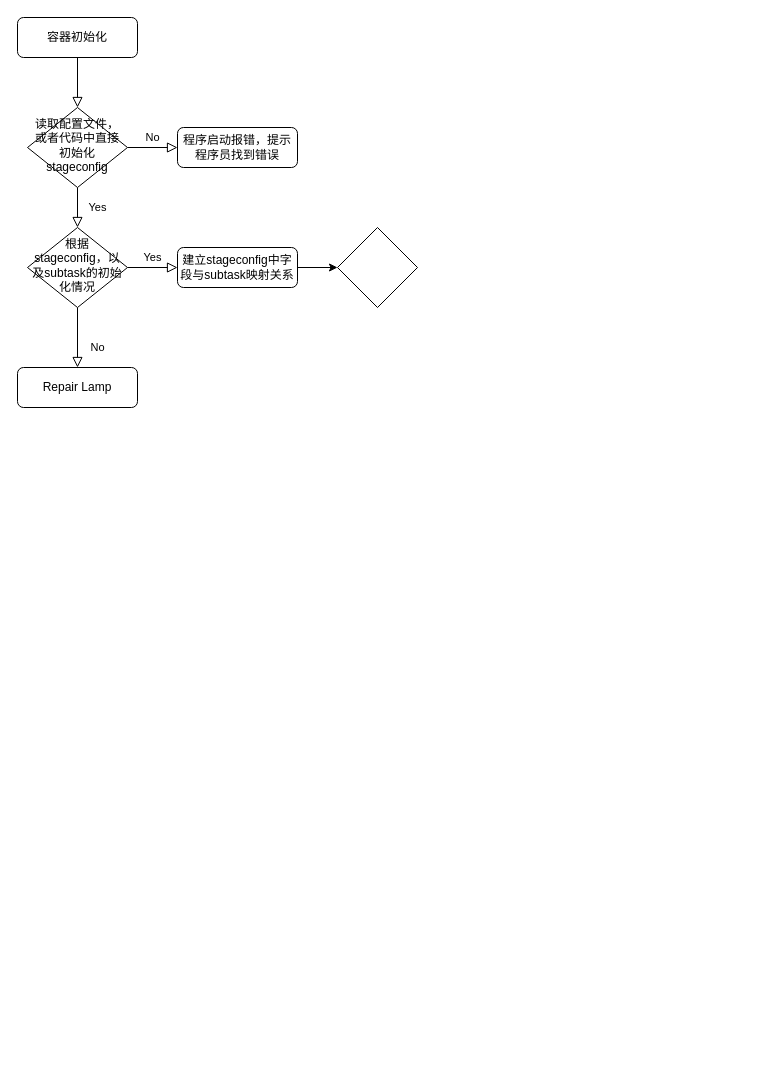
Before: .drawio in mazl201/awesome, a draw.io diagram. Source tidied: cells renumbered, new cells numbered last; positions are measured from the earlier drawing's top-left corner, leaving out a move shared by most shapes. Both pictures are drawn from the tidied source at 100%, with x=0, y=0 at pixel (17, 17).
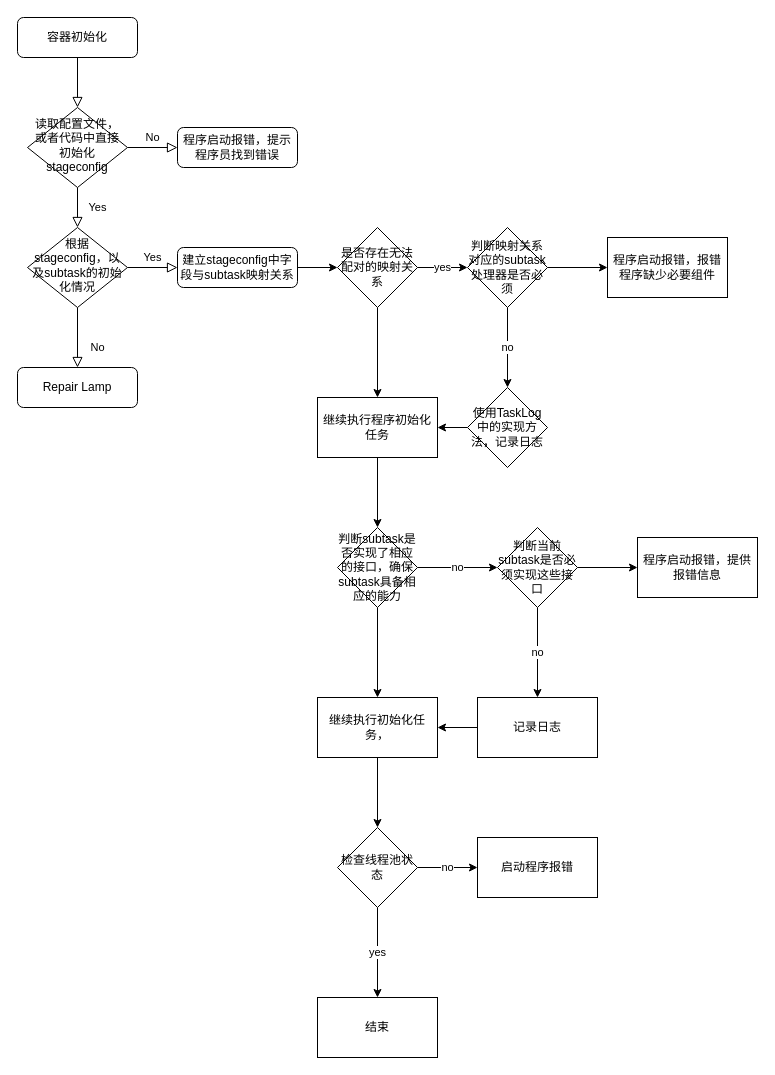
After the change.

Commit message:
程序启动初始化

What changed in the source:
```diff
@@
+    <mxCell id="15" style="edgeStyle=orthogonalEdgeStyle;rounded=0;jettySize=auto;html=1;" parent="1" edge="1" source="14" target="23">
+      <mxGeometry relative="1" as="geometry" />
+    </mxCell>
-    <mxCell id="14" style="rhombus;whiteSpace=wrap;html=1;" parent="1" vertex="1">
+    <mxCell id="14" value="是否存在无法配对的映射关系" style="rhombus;whiteSpace=wrap;html=1;" parent="1" vertex="1">
       <mxGeometry x="320" y="210" width="80" height="80" as="geometry" />
     </mxCell>
+    <mxCell id="16" value="yes&lt;br&gt;" style="endArrow=classic;html=1;rounded=0;exitX=1;exitY=0.5;exitDx=0;exitDy=0;" parent="1" edge="1" source="14" target="19">
+      <mxGeometry relative="1" as="geometry" />
+    </mxCell>
+    <mxCell id="17" value="no&lt;br&gt;" style="edgeStyle=orthogonalEdgeStyle;rounded=0;jettySize=auto;html=1;" parent="1" edge="1" source="19" target="20">
+      <mxGeometry relative="1" as="geometry" />
+    </mxCell>
+    <mxCell id="18" style="edgeStyle=orthogonalEdgeStyle;rounded=0;jettySize=auto;html=1;" parent="1" edge="1" source="19" target="21">
+      <mxGeometry relative="1" as="geometry" />
+    </mxCell>
+    <mxCell id="19" value="判断映射关系对应的subtask处理器是否必须" style="rhombus;whiteSpace=wrap;html=1;" parent="1" vertex="1">
+      <mxGeometry x="450" y="210" width="80" height="80" as="geometry" />
+    </mxCell>
+    <mxCell id="20" value="&lt;span&gt;使用TaskLog中的实现方法，记录日志&lt;/span&gt;" style="rhombus;whiteSpace=wrap;html=1;" parent="1" vertex="1">
+      <mxGeometry x="450" y="370" width="80" height="80" as="geometry" />
+    </mxCell>
+    <mxCell id="21" value="程序启动报错，报错程序缺少必要组件" style="whiteSpace=wrap;html=1;" parent="1" vertex="1">
+      <mxGeometry x="590" y="220" width="120" height="60" as="geometry" />
+    </mxCell>
+    <mxCell id="22" style="edgeStyle=orthogonalEdgeStyle;rounded=0;jettySize=auto;html=1;" parent="1" edge="1" source="23" target="27">
+      <mxGeometry relative="1" as="geometry" />
+    </mxCell>
+    <mxCell id="23" value="继续执行程序初始化任务" style="whiteSpace=wrap;html=1;" parent="1" vertex="1">
+      <mxGeometry x="300" y="380" width="120" height="60" as="geometry" />
+    </mxCell>
+    <mxCell id="24" style="endArrow=classic;html=1;rounded=0;exitX=0;exitY=0.5;exitDx=0;exitDy=0;entryX=1;entryY=0.5;entryDx=0;entryDy=0;" parent="1" edge="1" source="20" target="23">
+      <mxGeometry relative="1" as="geometry" />
+    </mxCell>
+    <mxCell id="25" value="no" style="edgeStyle=orthogonalEdgeStyle;rounded=0;jettySize=auto;html=1;" parent="1" edge="1" source="27" target="30">
+      <mxGeometry relative="1" as="geometry" />
+    </mxCell>
+    <mxCell id="26" style="edgeStyle=orthogonalEdgeStyle;rounded=0;jettySize=auto;html=1;" parent="1" edge="1" source="27" target="34">
+      <mxGeometry relative="1" as="geometry" />
+    </mxCell>
+    <mxCell id="27" value="判断subtask是否实现了相应的接口，确保subtask具备相应的能力" style="rhombus;whiteSpace=wrap;html=1;" parent="1" vertex="1">
+      <mxGeometry x="320" y="510" width="80" height="80" as="geometry" />
+    </mxCell>
+    <mxCell id="28" value="no" style="edgeStyle=orthogonalEdgeStyle;rounded=0;jettySize=auto;html=1;" parent="1" edge="1" source="30" target="31">
+      <mxGeometry relative="1" as="geometry" />
+    </mxCell>
+    <mxCell id="29" style="edgeStyle=orthogonalEdgeStyle;rounded=0;jettySize=auto;html=1;" parent="1" edge="1" source="30" target="32">
+      <mxGeometry relative="1" as="geometry" />
+    </mxCell>
+    <mxCell id="30" value="判断当前subtask是否必须实现这些接口&lt;br&gt;" style="rhombus;whiteSpace=wrap;html=1;" parent="1" vertex="1">
+      <mxGeometry x="480" y="510" width="80" height="80" as="geometry" />
+    </mxCell>
+    <mxCell id="31" value="记录日志" style="whiteSpace=wrap;html=1;" parent="1" vertex="1">
+      <mxGeometry x="460" y="680" width="120" height="60" as="geometry" />
+    </mxCell>
+    <mxCell id="32" value="程序启动报错，提供报错信息&lt;br&gt;" style="whiteSpace=wrap;html=1;" parent="1" vertex="1">
+      <mxGeometry x="620" y="520" width="120" height="60" as="geometry" />
+    </mxCell>
+    <mxCell id="33" style="edgeStyle=orthogonalEdgeStyle;rounded=0;jettySize=auto;html=1;" parent="1" edge="1" source="34" target="38">
+      <mxGeometry relative="1" as="geometry" />
+    </mxCell>
+    <mxCell id="34" value="继续执行初始化任务，" style="whiteSpace=wrap;html=1;" parent="1" vertex="1">
+      <mxGeometry x="300" y="680" width="120" height="60" as="geometry" />
+    </mxCell>
+    <mxCell id="35" style="endArrow=classic;html=1;rounded=0;exitX=0;exitY=0.5;exitDx=0;exitDy=0;entryX=1;entryY=0.5;entryDx=0;entryDy=0;" parent="1" edge="1" source="31" target="34">
+      <mxGeometry relative="1" as="geometry" />
+    </mxCell>
+    <mxCell id="36" value="yes" style="edgeStyle=orthogonalEdgeStyle;rounded=0;jettySize=auto;html=1;" parent="1" edge="1" source="38" target="39">
+      <mxGeometry relative="1" as="geometry" />
+    </mxCell>
+    <mxCell id="37" value="no" style="edgeStyle=orthogonalEdgeStyle;rounded=0;jettySize=auto;html=1;" parent="1" edge="1" source="38" target="40">
+      <mxGeometry relative="1" as="geometry" />
+    </mxCell>
+    <mxCell id="38" value="检查线程池状态" style="rhombus;whiteSpace=wrap;html=1;" parent="1" vertex="1">
+      <mxGeometry x="320" y="810" width="80" height="80" as="geometry" />
+    </mxCell>
+    <mxCell id="39" value="结束" style="whiteSpace=wrap;html=1;" parent="1" vertex="1">
+      <mxGeometry x="300" y="980" width="120" height="60" as="geometry" />
+    </mxCell>
+    <mxCell id="40" value="启动程序报错" style="whiteSpace=wrap;html=1;" parent="1" vertex="1">
+      <mxGeometry x="460" y="820" width="120" height="60" as="geometry" />
+    </mxCell>
```
